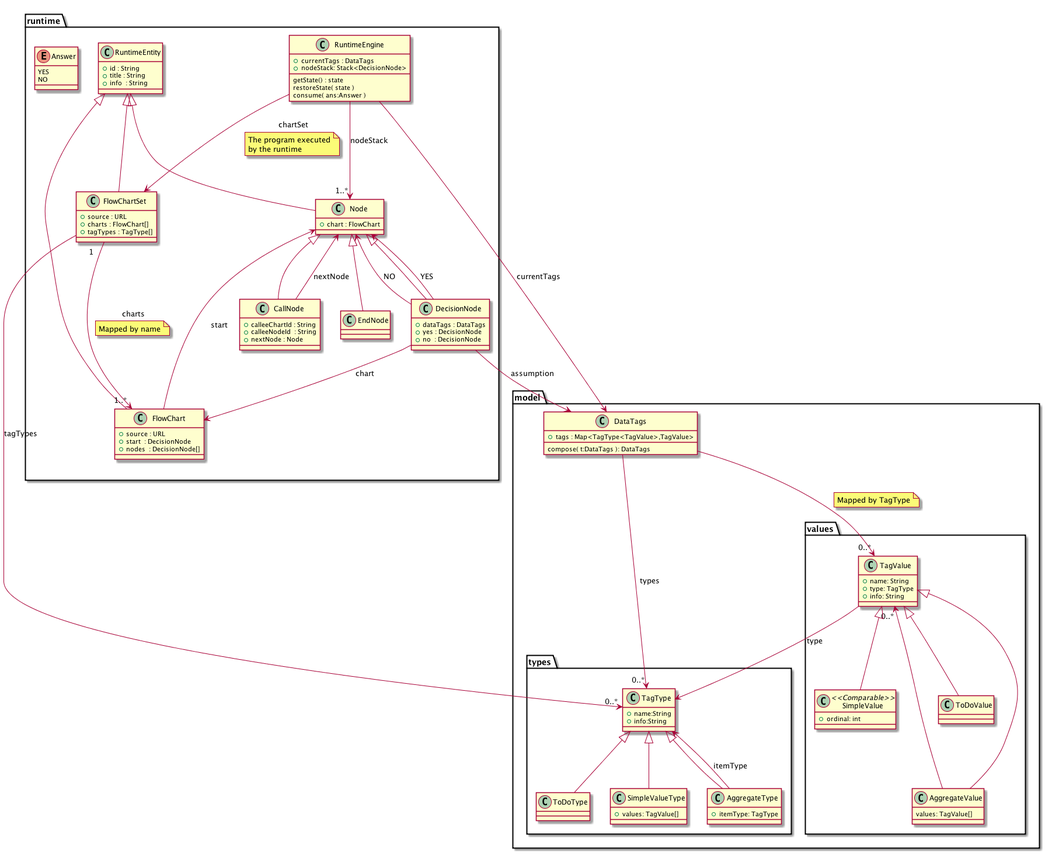
This is DataTagsLib/DOCS/classes.png from IQSS/DataTaggingLibrary, a PlantUML export, as it was before one commit.
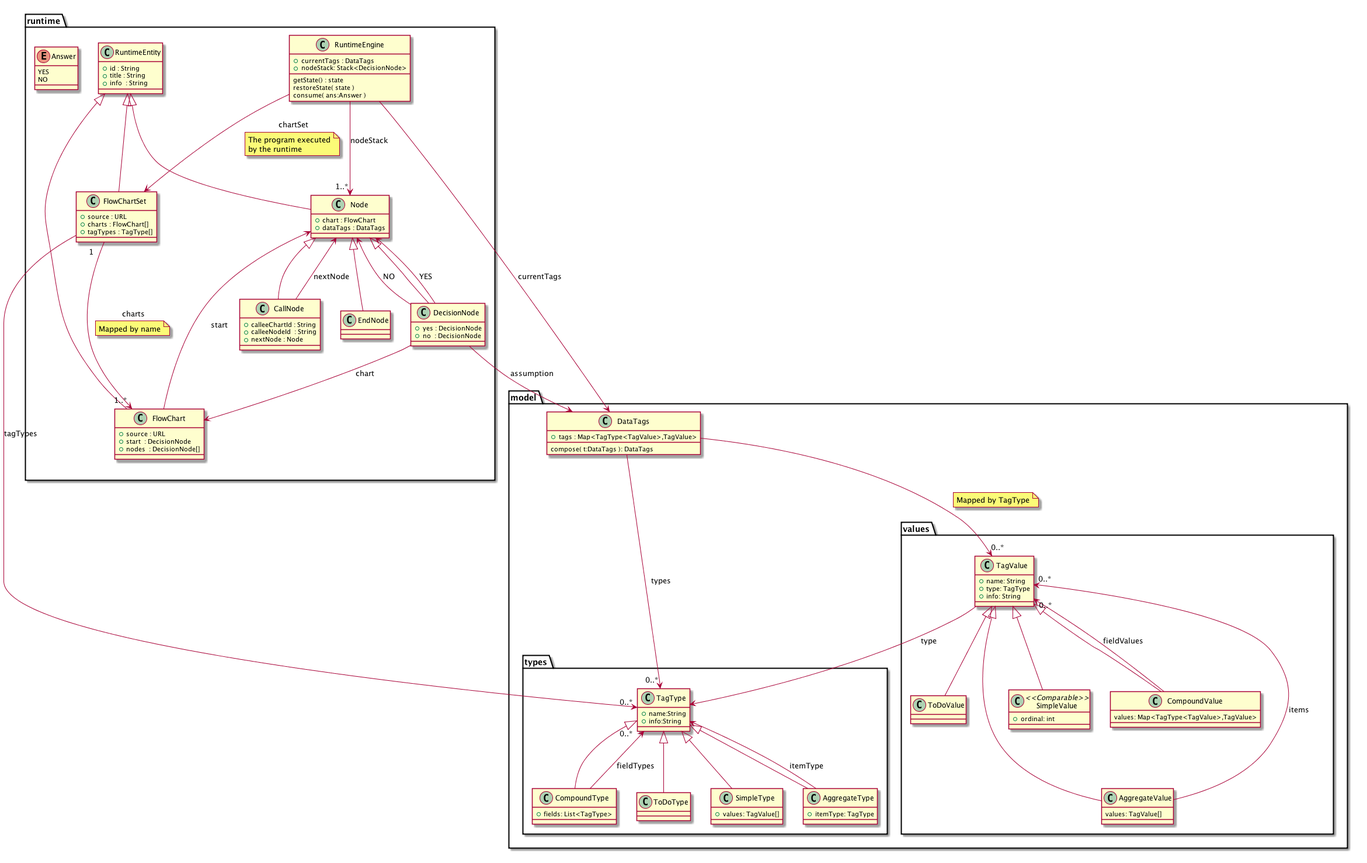
Later version of the same file.

Change to the diagram source:
```diff
@@ -29,10 +29,10 @@
 
 	class Node {
 		+ chart : FlowChart
+		+ dataTags : DataTags
 	}
 
 	class DecisionNode {
-		+ dataTags : DataTags
 		+ yes : DecisionNode
 		+ no  : DecisionNode
 	}
@@ -67,12 +67,16 @@
 
 		}
 
-		class SimpleValueType {
+		class SimpleType {
 			+ values: TagValue[]
 		}
 
 		class AggregateType {
 			+ itemType: TagType
+		}
+
+		class CompoundType {
+			+ fields: List<TagType>
 		}
 	}
 	package values {
@@ -93,6 +97,10 @@
 		class AggregateValue {
 			values: TagValue[]
 		}
+
+		class CompoundValue {
+			values: Map<TagType<TagValue>,TagValue>
+		}
 	}
 }
 
@@ -111,10 +119,13 @@
 Node <|-- CallNode
 Node <|-- EndNode
 TagType <|-- ToDoType
-TagType <|-- SimpleValueType
+TagType <|-- SimpleType
 TagType <|-- AggregateType
+TagType <|-- CompoundType
+
 TagValue <|-- ToDoValue
 TagValue <|-- AggregateValue
+TagValue <|-- CompoundValue
 TagValue <|-- SimpleValue
 
 FlowChartSet "1" --> "1..*" FlowChart : charts
@@ -132,9 +143,13 @@
 DataTags --> "0..*" TagValue
 note on link: Mapped by TagType
 
-AggregateValue ---> "0..*" TagValue
+AggregateValue ---> "0..*" TagValue : items
 
 AggregateType --> TagType : itemType
+
+CompoundType --> "0..*" TagType : fieldTypes
+
+CompoundValue --> "0..*" TagValue : fieldValues
 
 FlowChartSet --> "0..*" TagType : tagTypes
 
```
